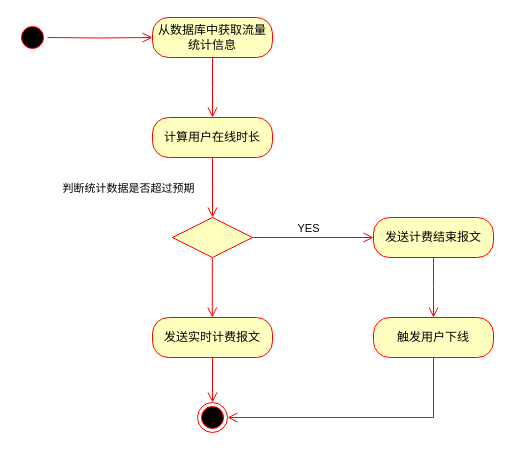
This is 计费报文活动图.drawio from PATORITU/PATORITU, a draw.io file, before an edit. Source tidied: cells renumbered, new cells numbered last; positions are measured from the earlier drawing's top-left corner, leaving out a move shared by most shapes. Both pictures are drawn from the tidied source at 100%, with x=0, y=0 at pixel (17, 17).
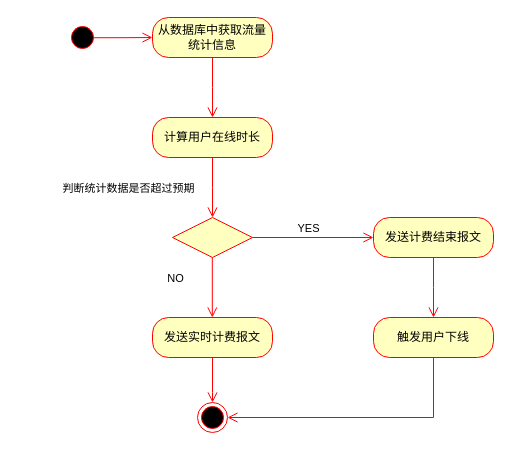
The same page after the edit.

Commit message:
更新计费报文活动图.drawio

Unchanged cells that the change refers to:
```xml
<mxCell id="4" value="从数据库中获取流量统计信息" style="rounded=1;whiteSpace=wrap;html=1;arcSize=40;fontColor=#000000;fillColor=#ffffc0;strokeColor=#ff0000;" parent="1" vertex="1">
  <mxGeometry x="135" width="120" height="40" as="geometry" />
</mxCell>
```

What changed in the source:
```diff
@@
     <mxCell id="2" style="ellipse;html=1;shape=startState;fillColor=#000000;strokeColor=#ff0000;" parent="1" vertex="1">
-      <mxGeometry y="5" width="30" height="30" as="geometry" />
+      <mxGeometry x="50" y="5" width="30" height="30" as="geometry" />
     </mxCell>
-    <mxCell id="3" style="edgeStyle=orthogonalEdgeStyle;html=1;verticalAlign=bottom;endArrow=open;endSize=8;strokeColor=#ff0000;rounded=0;entryX=0;entryY=0.5;entryDx=0;entryDy=0;" parent="1" edge="1" target="4">
-      <mxGeometry relative="1" as="geometry">
-        <mxPoint x="30" y="20" as="sourcePoint" />
-      </mxGeometry>
+    <mxCell id="3" style="edgeStyle=orthogonalEdgeStyle;html=1;verticalAlign=bottom;endArrow=open;endSize=8;strokeColor=#ff0000;rounded=0;entryX=0;entryY=0.5;entryDx=0;entryDy=0;exitX=0.849;exitY=0.508;exitDx=0;exitDy=0;exitPerimeter=0;" parent="1" edge="1" source="2" target="4">
+      <mxGeometry relative="1" as="geometry" />
     </mxCell>
@@
+    <mxCell id="20" value="NO" style="edgeLabel;html=1;align=center;verticalAlign=middle;" parent="1" vertex="1">
+      <mxGeometry x="120" y="260" as="geometry">
+        <mxPoint x="37" as="offset" />
+      </mxGeometry>
+    </mxCell>
```
